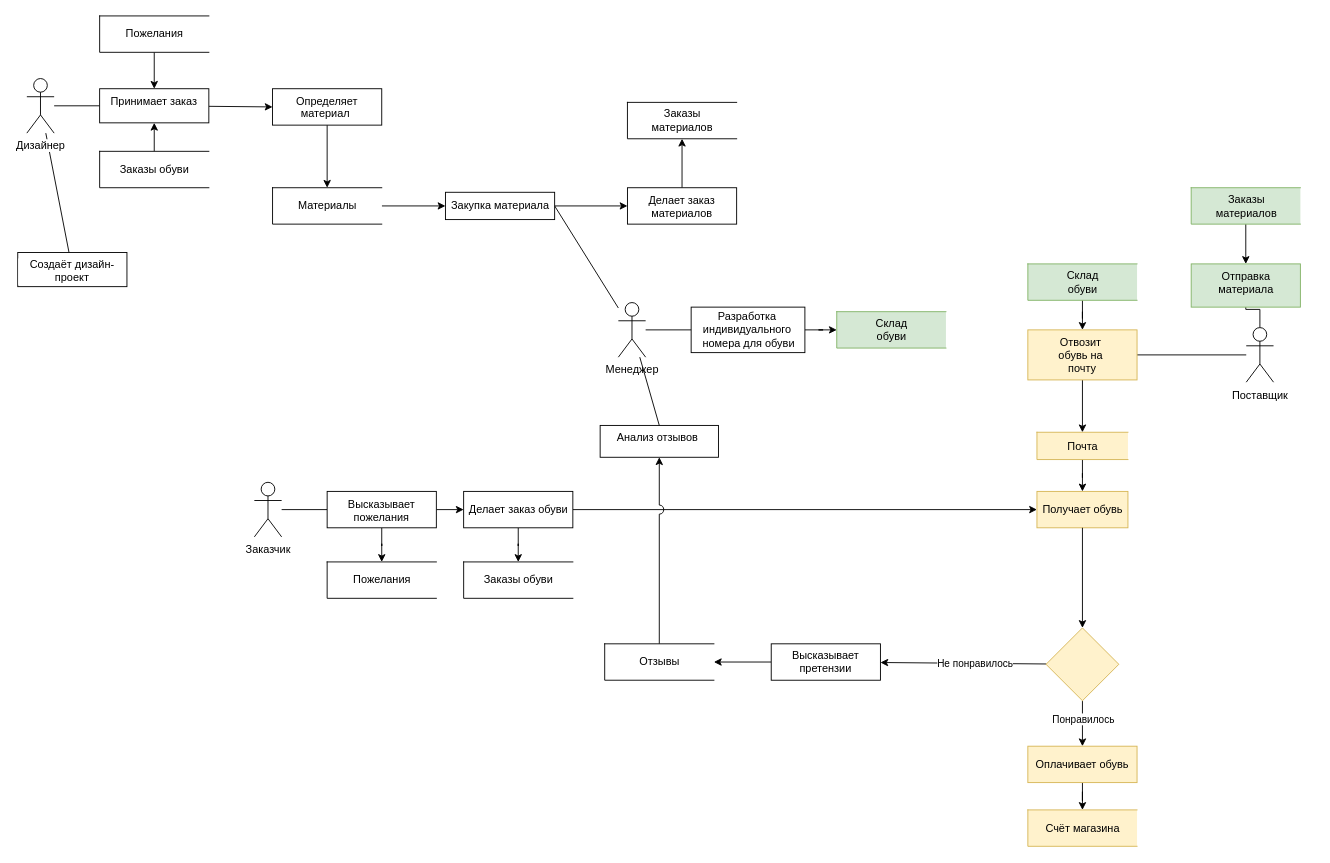
This is DFD.drawio from MorozovStanislav/Repozitory, a draw.io file, before an edit. Source tidied: cells renumbered, new cells numbered last; positions are measured from the earlier drawing's top-left corner, leaving out a move shared by most shapes. Both pictures are drawn from the tidied source at 91%, with x=0, y=0 at pixel (17, 15).
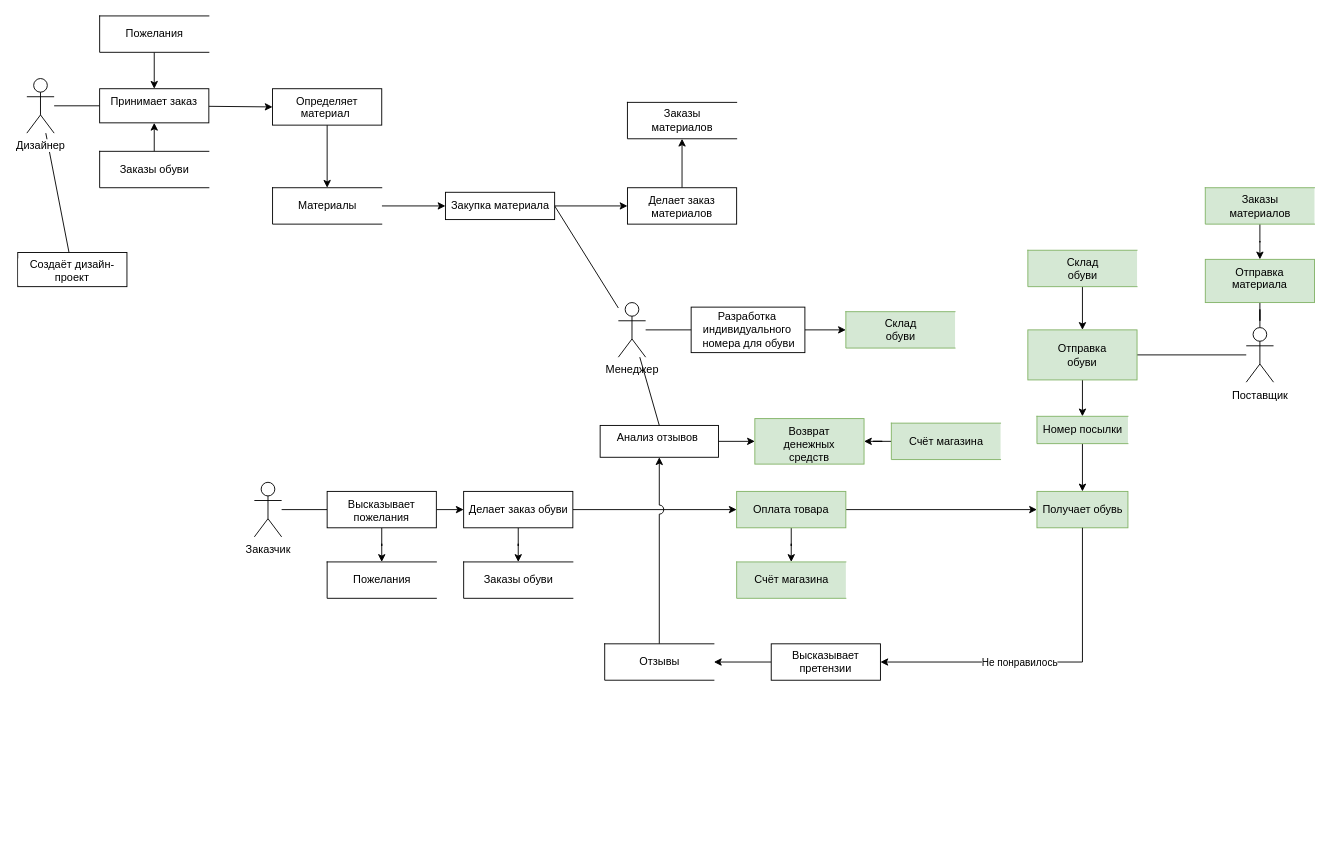
The same page after the edit.

The change refers to these unchanged cells:
```xml
<mxCell id="13" value="Делает заказ обуви" style="html=1;dashed=0;whitespace=wrap;" parent="1" vertex="1">
  <mxGeometry x="490" y="522.5" width="120" height="40" as="geometry" />
</mxCell>
<mxCell id="14" value="Анализ отзывов&amp;nbsp;" style="whiteSpace=wrap;html=1;verticalAlign=top;" parent="1" vertex="1">
  <mxGeometry x="640" y="450" width="130" height="35" as="geometry" />
</mxCell>
<mxCell id="42" value="Высказывает&lt;br&gt;претензии" style="whiteSpace=wrap;html=1;dashed=0;" parent="1" vertex="1">
  <mxGeometry x="828" y="690" width="120" height="40" as="geometry" />
</mxCell>
```

Diff of the diagram source:
```diff
@@
-    <mxCell id="12" style="edgeStyle=orthogonalEdgeStyle;rounded=0;sketch=0;jumpStyle=none;jumpSize=10;jettySize=auto;html=1;shadow=0;labelBorderColor=none;verticalAlign=middle;" parent="1" edge="1" source="13" target="28">
-      <mxGeometry relative="1" as="geometry" />
-    </mxCell>
+    <mxCell id="67" style="edgeStyle=orthogonalEdgeStyle;rounded=0;jettySize=auto;html=1;" parent="1" edge="1" source="13" target="73">
+      <mxGeometry relative="1" as="geometry" />
+    </mxCell>
@@
+    <mxCell id="68" style="edgeStyle=orthogonalEdgeStyle;rounded=0;jettySize=auto;html=1;" parent="1" edge="1" source="14" target="74">
+      <mxGeometry relative="1" as="geometry" />
+    </mxCell>
@@
-    <mxCell id="28" value="Получает обувь" style="html=1;dashed=0;whitespace=wrap;fillColor=#fff2cc;strokeColor=#d6b656;fontColor=default;" parent="1" vertex="1">
+    <mxCell id="28" value="Получает обувь" style="html=1;dashed=0;whitespace=wrap;fillColor=#d5e8d4;strokeColor=#82b366;" parent="1" vertex="1">
       <mxGeometry x="1120" y="522.5" width="100" height="40" as="geometry" />
     </mxCell>
-    <mxCell id="29" style="edgeStyle=none;rounded=0;jettySize=auto;html=1;endArrow=classic;endFill=1;strokeColor=#000000;labelBackgroundColor=default;fontColor=default;" parent="1" edge="1" source="28" target="38">
-      <mxGeometry relative="1" as="geometry" />
-    </mxCell>
@@
-    <mxCell id="34" style="edgeStyle=none;rounded=0;jettySize=auto;html=1;endArrow=classic;endFill=1;strokeColor=#000000;" parent="1" edge="1" source="38" target="40">
-      <mxGeometry relative="1" as="geometry" />
-    </mxCell>
-    <mxCell id="35" value="Понравилось" style="edgeLabel;html=1;align=center;verticalAlign=middle;" parent="34" vertex="1">
-      <mxGeometry x="0.4" y="2" relative="1" as="geometry">
-        <mxPoint x="-2" y="-15" as="offset" />
-      </mxGeometry>
-    </mxCell>
-    <mxCell id="36" style="edgeStyle=none;rounded=0;jettySize=auto;html=1;endArrow=classic;endFill=1;strokeColor=#000000;" parent="1" edge="1" source="38" target="42">
-      <mxGeometry relative="1" as="geometry" />
+    <mxCell id="36" style="edgeStyle=none;rounded=0;jettySize=auto;html=1;endArrow=classic;endFill=1;strokeColor=#000000;exitX=0.5;exitY=1;exitDx=0;exitDy=0;" parent="1" edge="1" source="28" target="42">
+      <mxGeometry relative="1" as="geometry">
+        <Array as="points">
+          <mxPoint x="1170" y="710" />
+        </Array>
+      </mxGeometry>
     </mxCell>
     <mxCell id="37" value="Не понравилось" style="edgeLabel;html=1;align=center;verticalAlign=middle;" parent="36" vertex="1">
       <mxGeometry x="-0.21" y="2" relative="1" as="geometry">
-        <mxPoint x="-7" y="-2" as="offset" />
+        <mxPoint x="-72" y="2" as="offset" />
       </mxGeometry>
     </mxCell>
-    <mxCell id="38" style="rhombus;whiteSpace=wrap;html=1;dashed=0;fillColor=#fff2cc;strokeColor=#d6b656;" parent="1" vertex="1">
-      <mxGeometry x="1130" y="672.5" width="80" height="80" as="geometry" />
-    </mxCell>
-    <mxCell id="39" style="edgeStyle=orthogonalEdgeStyle;rounded=0;jettySize=auto;html=1;" parent="1" edge="1" source="40" target="43">
-      <mxGeometry relative="1" as="geometry" />
-    </mxCell>
-    <mxCell id="40" value="Оплачивает обувь" style="whiteSpace=wrap;html=1;dashed=0;fillColor=#fff2cc;strokeColor=#d6b656;" parent="1" vertex="1">
-      <mxGeometry x="1110" y="802.5" width="120" height="40" as="geometry" />
-    </mxCell>
@@
-    <mxCell id="43" value="Счёт магазина" style="html=1;dashed=0;whitespace=wrap;shape=partialRectangle;right=0;fillColor=#fff2cc;strokeColor=#d6b656;" parent="1" vertex="1">
-      <mxGeometry x="1110" y="872.5" width="120" height="40" as="geometry" />
+    <mxCell id="43" value="Счёт магазина" style="html=1;dashed=0;whitespace=wrap;shape=partialRectangle;right=0;fillColor=#d5e8d4;strokeColor=#82b366;" parent="1" vertex="1">
+      <mxGeometry x="790" y="600" width="120" height="40" as="geometry" />
     </mxCell>
@@
     <mxCell id="50" value="Склад &lt;br&gt;обуви" style="html=1;dashed=0;whitespace=wrap;shape=partialRectangle;right=0;fillColor=#d5e8d4;strokeColor=#82b366;labelBackgroundColor=none;fontColor=default;" parent="1" vertex="1">
-      <mxGeometry x="900" y="325" width="120" height="40" as="geometry" />
+      <mxGeometry x="910" y="325" width="120" height="40" as="geometry" />
     </mxCell>
@@
     <mxCell id="53" value="Отправка&lt;br&gt;материала" style="whiteSpace=wrap;html=1;verticalAlign=top;fillColor=#d5e8d4;strokeColor=#82b366;fontColor=default;" parent="1" vertex="1">
-      <mxGeometry x="1289.5" y="272.5" width="120" height="47.5" as="geometry" />
+      <mxGeometry x="1305" y="267.5" width="120" height="47.5" as="geometry" />
     </mxCell>
@@
     <mxCell id="55" value="Заказы &lt;br&gt;материалов" style="html=1;dashed=0;whitespace=wrap;shape=partialRectangle;right=0;fillColor=#d5e8d4;strokeColor=#82b366;fontColor=default;" parent="1" vertex="1">
-      <mxGeometry x="1289.5" y="188.8" width="120" height="40" as="geometry" />
+      <mxGeometry x="1305" y="188.8" width="120" height="40" as="geometry" />
     </mxCell>
-    <mxCell id="56" style="edgeStyle=orthogonalEdgeStyle;rounded=0;sketch=0;jumpStyle=none;jumpSize=10;jettySize=auto;html=1;shadow=0;labelBorderColor=none;verticalAlign=middle;" parent="1" edge="1" source="57" target="28">
+    <mxCell id="56" style="edgeStyle=orthogonalEdgeStyle;rounded=0;sketch=0;jumpStyle=none;jumpSize=10;jettySize=auto;html=1;shadow=0;labelBorderColor=none;verticalAlign=middle;" parent="1" edge="1" source="62" target="70">
       <mxGeometry relative="1" as="geometry" />
     </mxCell>
-    <mxCell id="57" value="Почта" style="html=1;dashed=0;whitespace=wrap;shape=partialRectangle;right=0;fillColor=#fff2cc;strokeColor=#d6b656;" parent="1" vertex="1">
-      <mxGeometry x="1120" y="457.5" width="100" height="30" as="geometry" />
-    </mxCell>
@@
-    <mxCell id="61" style="edgeStyle=orthogonalEdgeStyle;rounded=0;jettySize=auto;html=1;endArrow=classic;endFill=1;" parent="1" edge="1" source="62" target="57">
-      <mxGeometry relative="1" as="geometry" />
-    </mxCell>
-    <mxCell id="62" value="Отвозит&amp;nbsp;&lt;br&gt;обувь на&amp;nbsp;&lt;br&gt;почту" style="whiteSpace=wrap;html=1;verticalAlign=top;fillColor=#fff2cc;strokeColor=#d6b656;fontColor=default;" parent="1" vertex="1">
+    <mxCell id="62" value="Отправка&lt;br&gt;обуви" style="whiteSpace=wrap;html=1;verticalAlign=middle;fillColor=#d5e8d4;strokeColor=#82b366;" parent="1" vertex="1">
       <mxGeometry x="1110" y="345" width="120" height="55" as="geometry" />
     </mxCell>
@@
     <mxCell id="66" value="Склад &lt;br&gt;обуви" style="html=1;dashed=0;whitespace=wrap;shape=partialRectangle;right=0;fillColor=#d5e8d4;strokeColor=#82b366;labelBackgroundColor=none;fontColor=default;" parent="1" vertex="1">
-      <mxGeometry x="1110" y="272.5" width="120" height="40" as="geometry" />
+      <mxGeometry x="1110" y="257.5" width="120" height="40" as="geometry" />
     </mxCell>
+    <mxCell id="69" style="edgeStyle=orthogonalEdgeStyle;rounded=0;jettySize=auto;html=1;" parent="1" edge="1" source="70" target="28">
+      <mxGeometry relative="1" as="geometry" />
+    </mxCell>
+    <mxCell id="70" value="Номер посылки" style="html=1;dashed=0;whitespace=wrap;shape=partialRectangle;right=0;verticalAlign=middle;fillColor=#d5e8d4;strokeColor=#82b366;" parent="1" vertex="1">
+      <mxGeometry x="1120" y="440" width="100" height="30" as="geometry" />
+    </mxCell>
+    <mxCell id="71" style="edgeStyle=orthogonalEdgeStyle;rounded=0;jettySize=auto;html=1;" parent="1" edge="1" source="73" target="28">
+      <mxGeometry relative="1" as="geometry" />
+    </mxCell>
+    <mxCell id="72" style="edgeStyle=orthogonalEdgeStyle;rounded=0;jettySize=auto;html=1;" parent="1" edge="1" source="73" target="43">
+      <mxGeometry relative="1" as="geometry" />
+    </mxCell>
+    <mxCell id="73" value="Оплата товара" style="whiteSpace=wrap;html=1;dashed=0;fillColor=#d5e8d4;strokeColor=#82b366;" parent="1" vertex="1">
+      <mxGeometry x="790" y="522.5" width="120" height="40" as="geometry" />
+    </mxCell>
+    <mxCell id="74" value="Возврат&lt;br&gt;денежных &lt;br&gt;средств" style="whiteSpace=wrap;html=1;verticalAlign=top;fillColor=#d5e8d4;strokeColor=#82b366;" parent="1" vertex="1">
+      <mxGeometry x="810" y="442.5" width="120" height="50" as="geometry" />
+    </mxCell>
+    <mxCell id="75" style="edgeStyle=orthogonalEdgeStyle;rounded=0;jettySize=auto;html=1;" parent="1" edge="1" source="76" target="74">
+      <mxGeometry relative="1" as="geometry" />
+    </mxCell>
+    <mxCell id="76" value="Счёт магазина" style="html=1;dashed=0;whitespace=wrap;shape=partialRectangle;right=0;fillColor=#d5e8d4;strokeColor=#82b366;" parent="1" vertex="1">
+      <mxGeometry x="960" y="447.5" width="120" height="40" as="geometry" />
+    </mxCell>
```
